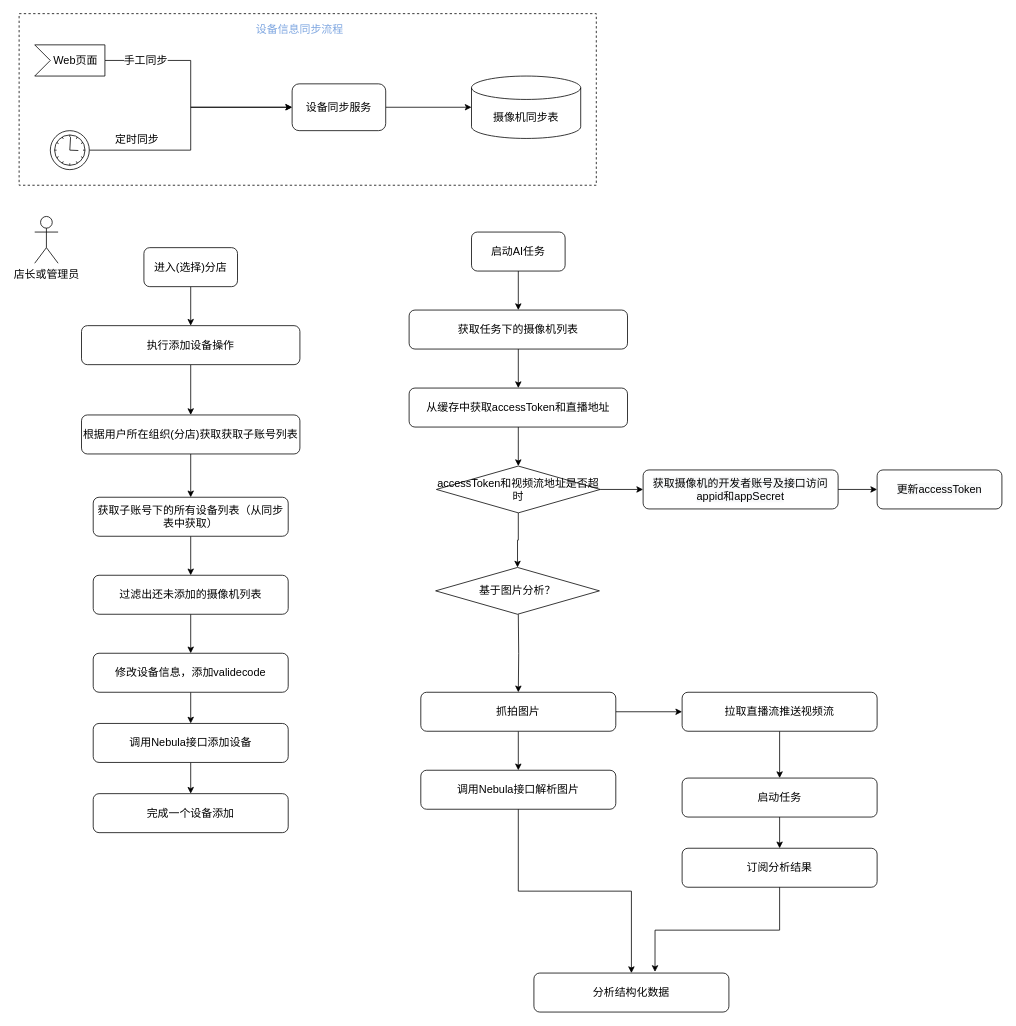
liushubao0109/drawio keeps this draw.io diagram as page "设备操作流程" (2 of 2) of 设备管理ER图.drawio. Above is the earlier version. Source tidied: cells renumbered, new cells numbered last; positions are measured from the earlier drawing's top-left corner, leaving out a move shared by most shapes. Both pictures are drawn from the tidied source at 78%, with x=0, y=0 at pixel (19, 13).
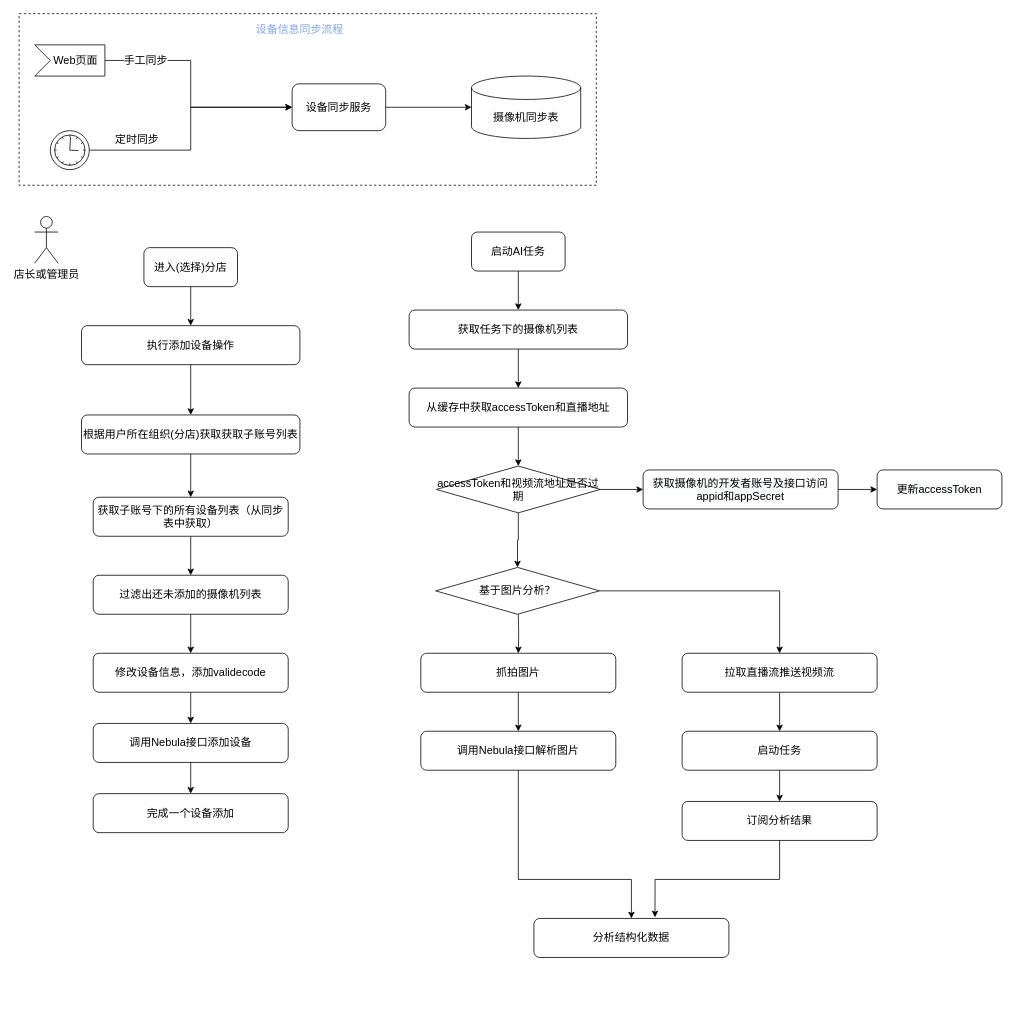
The same diagram, later.

The change refers to these unchanged cells:
```xml
<mxCell id="47" value="基于图片分析？" style="rhombus;whiteSpace=wrap;html=1;fontSize=14;fontColor=#000000;" parent="1" vertex="1">
  <mxGeometry x="534" y="710" width="210" height="60" as="geometry" />
</mxCell>
```

The edit, as a diff of the source:
```diff
@@
-    <mxCell id="37" style="edgeStyle=orthogonalEdgeStyle;rounded=0;jettySize=auto;html=1;fontSize=14;fontColor=#000000;" parent="1" edge="1" source="38" target="50">
+    <mxCell id="37" style="edgeStyle=orthogonalEdgeStyle;rounded=0;jettySize=auto;html=1;fontSize=14;fontColor=#000000;exitX=1;exitY=0.5;exitDx=0;exitDy=0;" parent="1" edge="1" source="47" target="50">
       <mxGeometry relative="1" as="geometry" />
     </mxCell>
     <mxCell id="38" value="抓拍图片" style="rounded=1;whiteSpace=wrap;html=1;fontSize=14;" parent="1" vertex="1">
-      <mxGeometry x="515" y="870" width="250" height="50" as="geometry" />
+      <mxGeometry x="515" y="820" width="250" height="50" as="geometry" />
     </mxCell>
     <mxCell id="39" value="调用Nebula接口解析图片" style="rounded=1;whiteSpace=wrap;html=1;fontSize=14;" parent="1" vertex="1">
-      <mxGeometry x="515" y="970" width="250" height="50" as="geometry" />
+      <mxGeometry x="515" y="920" width="250" height="50" as="geometry" />
     </mxCell>
     <mxCell id="40" style="edgeStyle=orthogonalEdgeStyle;rounded=0;jettySize=auto;html=1;fontSize=14;fontColor=#000000;" parent="1" edge="1" source="39" target="41">
-      <mxGeometry relative="1" as="geometry" />
+      <mxGeometry relative="1" as="geometry">
+        <Array as="points">
+          <mxPoint x="640" y="1110" />
+          <mxPoint x="785" y="1110" />
+        </Array>
+      </mxGeometry>
     </mxCell>
     <mxCell id="41" value="分析结构化数据" style="rounded=1;whiteSpace=wrap;html=1;fontSize=14;" parent="1" vertex="1">
-      <mxGeometry x="660" y="1230" width="250" height="50" as="geometry" />
+      <mxGeometry x="660" y="1160" width="250" height="50" as="geometry" />
     </mxCell>
@@
-    <mxCell id="45" value="accessToken和视频流地址是否超时" style="rhombus;whiteSpace=wrap;html=1;fontSize=14;fontColor=#000000;" parent="1" vertex="1">
+    <mxCell id="45" value="accessToken和视频流地址是否过期" style="rhombus;whiteSpace=wrap;html=1;fontSize=14;fontColor=#000000;" parent="1" vertex="1">
       <mxGeometry x="535" y="580" width="210" height="60" as="geometry" />
     </mxCell>
@@
     <mxCell id="50" value="拉取直播流推送视频流" style="rounded=1;whiteSpace=wrap;html=1;fontSize=14;" parent="1" vertex="1">
-      <mxGeometry x="850" y="870" width="250" height="50" as="geometry" />
+      <mxGeometry x="850" y="820" width="250" height="50" as="geometry" />
     </mxCell>
@@
     <mxCell id="52" value="启动任务" style="rounded=1;whiteSpace=wrap;html=1;fontSize=14;" parent="1" vertex="1">
-      <mxGeometry x="850" y="980" width="250" height="50" as="geometry" />
+      <mxGeometry x="850" y="920" width="250" height="50" as="geometry" />
     </mxCell>
     <mxCell id="53" value="订阅分析结果" style="rounded=1;whiteSpace=wrap;html=1;fontSize=14;" parent="1" vertex="1">
-      <mxGeometry x="850" y="1070" width="250" height="50" as="geometry" />
+      <mxGeometry x="850" y="1010" width="250" height="50" as="geometry" />
     </mxCell>
```
